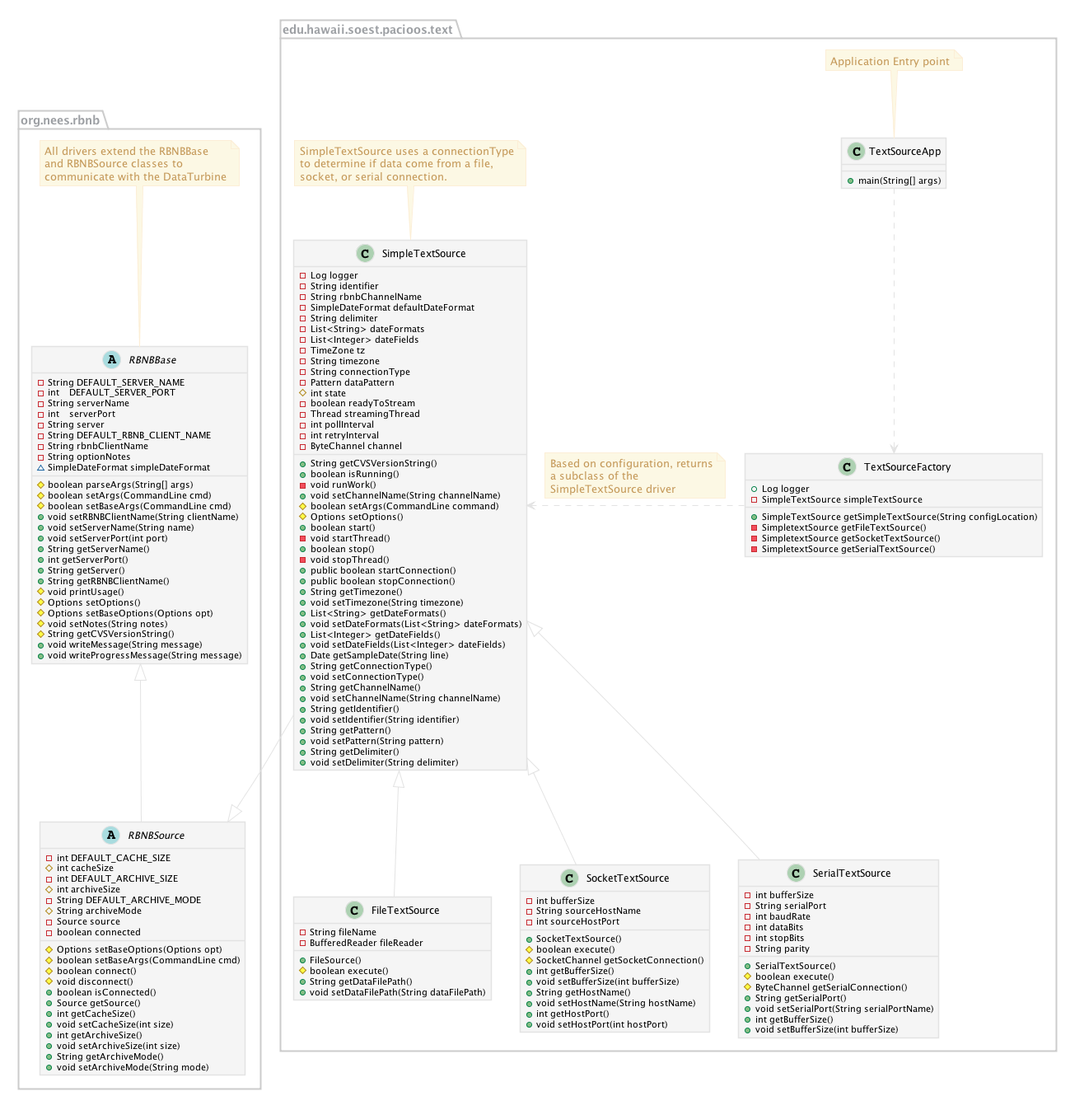
Above: docs/dev/design/rbnb-drivers-class-diagram.png in csjx/realtime-data (PlantUML), before the change.
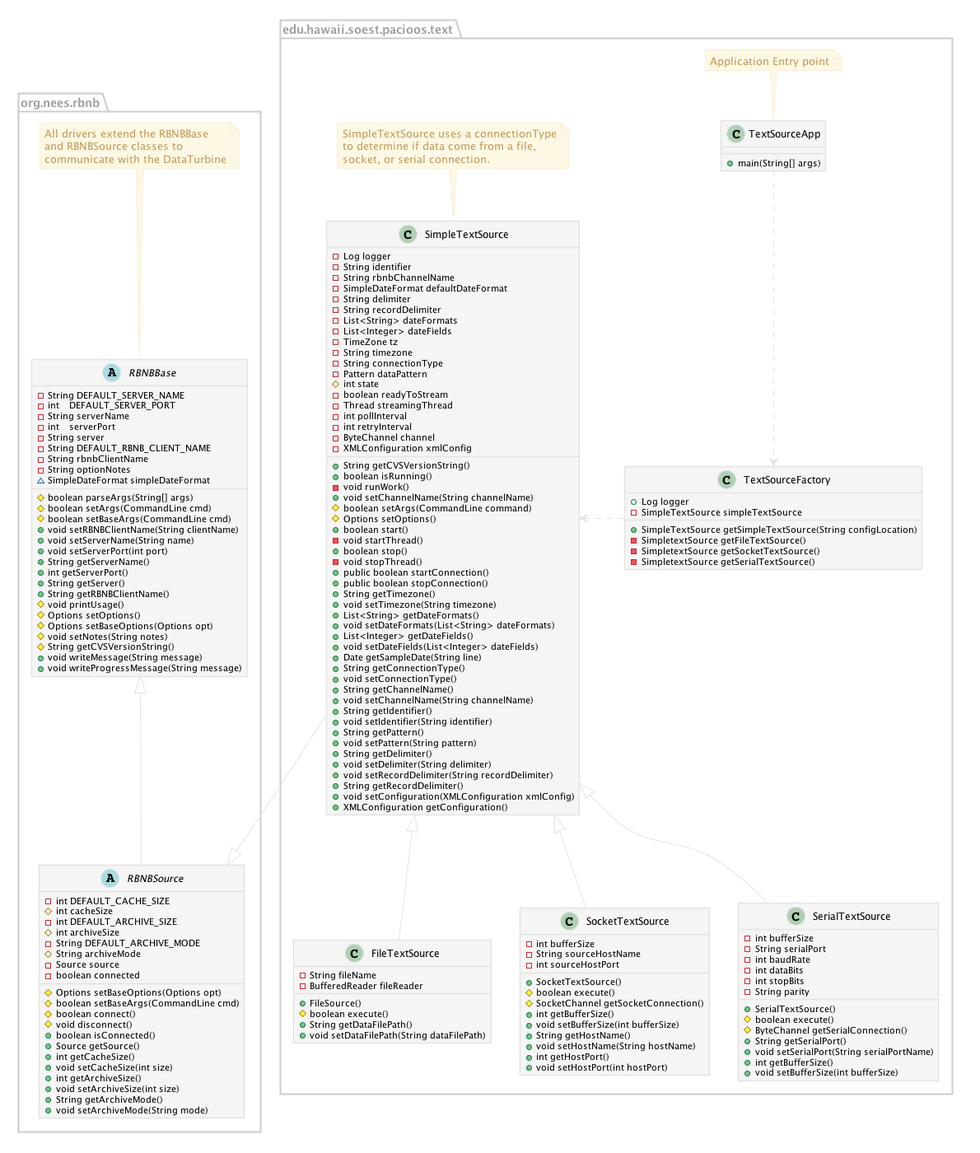
Later version of the same file.

What changed in the source:
```diff
@@ -125,6 +125,7 @@
     -String rbnbChannelName
     -SimpleDateFormat defaultDateFormat
     -String delimiter
+    -String recordDelimiter
     -List<String> dateFormats
     -List<Integer> dateFields
     -TimeZone tz
@@ -137,6 +138,7 @@
     -int pollInterval
     -int retryInterval
     -ByteChannel channel
+    -XMLConfiguration xmlConfig
     +String getCVSVersionString()
     +boolean isRunning()
     -void runWork()
@@ -166,6 +168,10 @@
     +void setPattern(String pattern)
     +String getDelimiter()
     +void setDelimiter(String delimiter)
+    +void setRecordDelimiter(String recordDelimiter)
+    +String getRecordDelimiter()
+    +void setConfiguration(XMLConfiguration xmlConfig)
+    +XMLConfiguration getConfiguration()
   }
 
   class FileTextSource {
@@ -214,13 +220,6 @@
 
 SimpleTextSource -r|> RBNBSource
 TextSourceFactory .l> SimpleTextSource
-note on link
-    Based on configuration, returns
-    a subclass of the
-    SimpleTextSource driver
-end note
-
-
 SimpleTextSource <|-- FileTextSource
 SimpleTextSource <|-- SocketTextSource
 SimpleTextSource <|-- SerialTextSource
```
